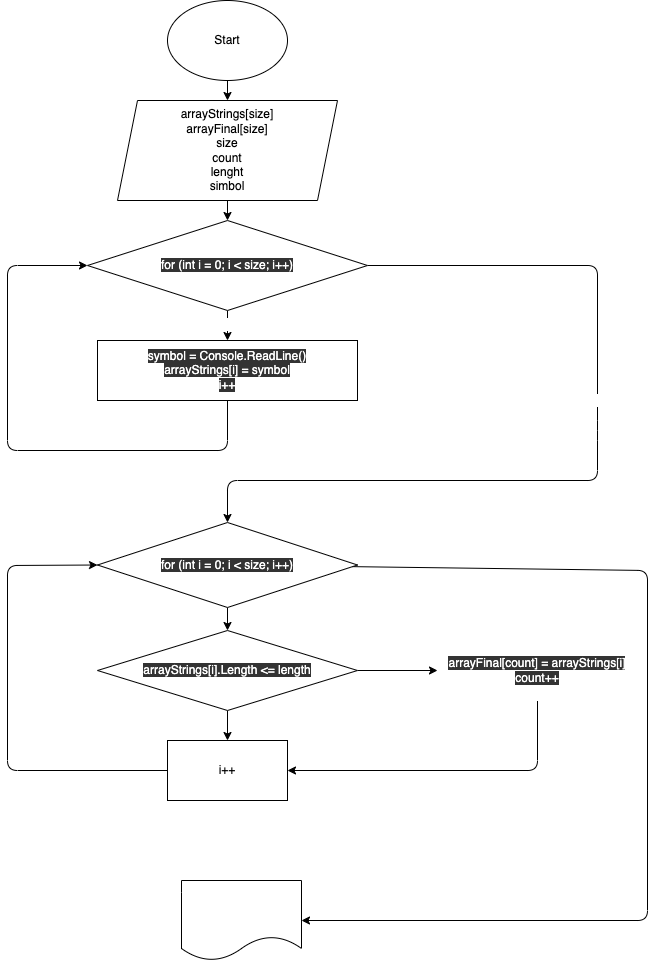
CristinaZarinsh/FinalWork keeps this draw.io diagram as diagram.drawio.png. Above is the earlier version. Source tidied: cells renumbered, new cells last; positions are measured from the earlier drawing's top-left corner, leaving out a move shared by most shapes. Source of this version:
```xml
<mxGraphModel>
  <root>
    <mxCell id="0" />
    <mxCell id="1" parent="0" />
    <mxCell id="2" style="edgeStyle=none;html=1;rounded=0;" parent="1" edge="1" source="3" target="5">
      <mxGeometry relative="1" as="geometry" />
    </mxCell>
    <mxCell id="3" value="Start" style="ellipse;whiteSpace=wrap;html=1;rounded=0;" parent="1" vertex="1">
      <mxGeometry x="160" width="120" height="80" as="geometry" />
    </mxCell>
    <mxCell id="4" style="edgeStyle=none;html=1;rounded=0;" parent="1" edge="1" source="5" target="10">
      <mxGeometry relative="1" as="geometry" />
    </mxCell>
    <mxCell id="5" value="arrayStrings[size]&lt;br&gt;arrayFinal[size]&lt;br&gt;size&lt;br&gt;count&lt;br&gt;lenght&lt;br&gt;simbol" style="shape=parallelogram;perimeter=parallelogramPerimeter;whiteSpace=wrap;html=1;fixedSize=1;rounded=0;" parent="1" vertex="1">
      <mxGeometry x="110" y="100" width="220" height="100" as="geometry" />
    </mxCell>
    <mxCell id="6" style="edgeStyle=none;html=1;fontColor=#FFFFFF;" parent="1" edge="1" source="10" target="12">
      <mxGeometry relative="1" as="geometry" />
    </mxCell>
    <mxCell id="7" value="YES" style="edgeLabel;html=1;align=center;verticalAlign=middle;fontColor=#FFFFFF;" parent="6" vertex="1">
      <mxGeometry x="-0.13" y="1" relative="1" as="geometry" />
    </mxCell>
    <mxCell id="8" style="edgeStyle=none;html=1;fontColor=#FFFFFF;entryX=0.5;entryY=0;entryDx=0;entryDy=0;" parent="1" edge="1" source="10" target="15">
      <mxGeometry relative="1" as="geometry">
        <Array as="points">
          <mxPoint x="590" y="265" />
          <mxPoint x="590" y="430" />
          <mxPoint x="590" y="480" />
          <mxPoint x="220" y="480" />
        </Array>
      </mxGeometry>
    </mxCell>
    <mxCell id="9" value="NO" style="edgeLabel;html=1;align=center;verticalAlign=middle;fontColor=#FFFFFF;" parent="8" vertex="1">
      <mxGeometry x="-0.15" y="-1" relative="1" as="geometry" />
    </mxCell>
    <mxCell id="10" value="&lt;font color=&quot;#ffffff&quot; style=&quot;background-color: rgb(51 , 51 , 51)&quot;&gt;&lt;span class=&quot;pl-k&quot; style=&quot;box-sizing: border-box&quot;&gt;for&lt;/span&gt; (&lt;span class=&quot;pl-k&quot; style=&quot;box-sizing: border-box&quot;&gt;int&lt;/span&gt; &lt;span class=&quot;pl-en&quot; style=&quot;box-sizing: border-box&quot;&gt;i&lt;/span&gt; &lt;span class=&quot;pl-k&quot; style=&quot;box-sizing: border-box&quot;&gt;=&lt;/span&gt; &lt;span class=&quot;pl-c1&quot; style=&quot;box-sizing: border-box&quot;&gt;0&lt;/span&gt;; &lt;span class=&quot;pl-smi&quot; style=&quot;box-sizing: border-box&quot;&gt;i&lt;/span&gt; &lt;span class=&quot;pl-k&quot; style=&quot;box-sizing: border-box&quot;&gt;&amp;lt;&lt;/span&gt; &lt;span class=&quot;pl-smi&quot; style=&quot;box-sizing: border-box&quot;&gt;size&lt;/span&gt;; &lt;span class=&quot;pl-smi&quot; style=&quot;box-sizing: border-box&quot;&gt;i&lt;/span&gt;&lt;span class=&quot;pl-k&quot; style=&quot;box-sizing: border-box&quot;&gt;++&lt;/span&gt;)&lt;/font&gt;" style="rhombus;whiteSpace=wrap;html=1;rounded=0;" parent="1" vertex="1">
      <mxGeometry x="80" y="220" width="280" height="90" as="geometry" />
    </mxCell>
    <mxCell id="11" style="edgeStyle=none;html=1;entryX=0;entryY=0.5;entryDx=0;entryDy=0;fontColor=#FFFFFF;" parent="1" edge="1" source="12" target="10">
      <mxGeometry relative="1" as="geometry">
        <Array as="points">
          <mxPoint x="220" y="450" />
          <mxPoint y="450" />
          <mxPoint y="265" />
        </Array>
      </mxGeometry>
    </mxCell>
    <mxCell id="12" value="&lt;font color=&quot;#ffffff&quot;&gt;&lt;span style=&quot;background-color: rgb(51 , 51 , 51)&quot;&gt;&lt;span class=&quot;pl-en&quot; style=&quot;box-sizing: border-box&quot;&gt;symbol&lt;/span&gt; &lt;span class=&quot;pl-k&quot; style=&quot;box-sizing: border-box&quot;&gt;=&lt;/span&gt; &lt;span class=&quot;pl-smi&quot; style=&quot;box-sizing: border-box&quot;&gt;Console&lt;/span&gt;.&lt;span class=&quot;pl-en&quot; style=&quot;box-sizing: border-box&quot;&gt;ReadLine&lt;/span&gt;()&lt;br&gt;&lt;span class=&quot;pl-smi&quot; style=&quot;box-sizing: border-box&quot;&gt;arrayStrings&lt;/span&gt;[&lt;span class=&quot;pl-smi&quot; style=&quot;box-sizing: border-box&quot;&gt;i&lt;/span&gt;] &lt;span class=&quot;pl-k&quot; style=&quot;box-sizing: border-box&quot;&gt;=&lt;/span&gt; &lt;span class=&quot;pl-smi&quot; style=&quot;box-sizing: border-box&quot;&gt;symbol&lt;br&gt;&lt;/span&gt;&lt;/span&gt;&lt;span style=&quot;background-color: rgb(51 , 51 , 51)&quot;&gt;i++&lt;/span&gt;&lt;/font&gt;" style="whiteSpace=wrap;html=1;rounded=0;" parent="1" vertex="1">
      <mxGeometry x="90" y="340" width="260" height="60" as="geometry" />
    </mxCell>
    <mxCell id="13" style="edgeStyle=none;html=1;fontColor=#FFFFFF;" parent="1" edge="1" source="15" target="18">
      <mxGeometry relative="1" as="geometry" />
    </mxCell>
    <mxCell id="14" style="edgeStyle=none;html=1;fontColor=#FFFFFF;" parent="1" edge="1" source="15" target="23">
      <mxGeometry relative="1" as="geometry">
        <Array as="points">
          <mxPoint x="640" y="570" />
          <mxPoint x="640" y="920" />
        </Array>
      </mxGeometry>
    </mxCell>
    <mxCell id="15" value="&lt;font color=&quot;#ffffff&quot; style=&quot;background-color: rgb(51 , 51 , 51)&quot;&gt;&lt;span class=&quot;pl-k&quot; style=&quot;box-sizing: border-box&quot;&gt;for&lt;/span&gt; (&lt;span class=&quot;pl-k&quot; style=&quot;box-sizing: border-box&quot;&gt;int&lt;/span&gt; &lt;span class=&quot;pl-en&quot; style=&quot;box-sizing: border-box&quot;&gt;i&lt;/span&gt; &lt;span class=&quot;pl-k&quot; style=&quot;box-sizing: border-box&quot;&gt;=&lt;/span&gt; &lt;span class=&quot;pl-c1&quot; style=&quot;box-sizing: border-box&quot;&gt;0&lt;/span&gt;; &lt;span class=&quot;pl-smi&quot; style=&quot;box-sizing: border-box&quot;&gt;i&lt;/span&gt; &lt;span class=&quot;pl-k&quot; style=&quot;box-sizing: border-box&quot;&gt;&amp;lt;&lt;/span&gt; &lt;span class=&quot;pl-smi&quot; style=&quot;box-sizing: border-box&quot;&gt;size&lt;/span&gt;; &lt;span class=&quot;pl-smi&quot; style=&quot;box-sizing: border-box&quot;&gt;i&lt;/span&gt;&lt;span class=&quot;pl-k&quot; style=&quot;box-sizing: border-box&quot;&gt;++&lt;/span&gt;)&lt;/font&gt;" style="rhombus;whiteSpace=wrap;html=1;rounded=0;" parent="1" vertex="1">
      <mxGeometry x="90" y="522" width="260" height="85" as="geometry" />
    </mxCell>
    <mxCell id="16" style="edgeStyle=none;html=1;fontColor=#FFFFFF;" parent="1" edge="1" source="18" target="20">
      <mxGeometry relative="1" as="geometry" />
    </mxCell>
    <mxCell id="17" style="edgeStyle=none;html=1;fontColor=#FFFFFF;" parent="1" edge="1" source="18" target="22">
      <mxGeometry relative="1" as="geometry" />
    </mxCell>
    <mxCell id="18" value="&lt;font color=&quot;#ffffff&quot; style=&quot;background-color: rgb(51 , 51 , 51)&quot;&gt;&lt;span class=&quot;pl-smi&quot; style=&quot;box-sizing: border-box&quot;&gt;arrayStrings&lt;/span&gt;[&lt;span class=&quot;pl-smi&quot; style=&quot;box-sizing: border-box&quot;&gt;i&lt;/span&gt;].&lt;span class=&quot;pl-smi&quot; style=&quot;box-sizing: border-box&quot;&gt;Length&lt;/span&gt; &lt;span class=&quot;pl-k&quot; style=&quot;box-sizing: border-box&quot;&gt;&amp;lt;=&lt;/span&gt; &lt;span class=&quot;pl-smi&quot; style=&quot;box-sizing: border-box&quot;&gt;length&lt;/span&gt;&lt;/font&gt;" style="rhombus;whiteSpace=wrap;html=1;rounded=0;" parent="1" vertex="1">
      <mxGeometry x="90" y="630" width="260" height="80" as="geometry" />
    </mxCell>
    <mxCell id="19" style="edgeStyle=none;html=1;entryX=0;entryY=0.5;entryDx=0;entryDy=0;fontColor=#FFFFFF;" parent="1" edge="1" source="20" target="15">
      <mxGeometry relative="1" as="geometry">
        <Array as="points">
          <mxPoint y="770" />
          <mxPoint y="565" />
        </Array>
      </mxGeometry>
    </mxCell>
    <mxCell id="20" value="i++" style="whiteSpace=wrap;html=1;rounded=0;" parent="1" vertex="1">
      <mxGeometry x="160" y="740" width="120" height="60" as="geometry" />
    </mxCell>
    <mxCell id="21" style="edgeStyle=none;html=1;entryX=1;entryY=0.5;entryDx=0;entryDy=0;fontColor=#FFFFFF;" parent="1" edge="1" source="22" target="20">
      <mxGeometry relative="1" as="geometry">
        <Array as="points">
          <mxPoint x="530" y="770" />
        </Array>
      </mxGeometry>
    </mxCell>
    <mxCell id="22" value="&lt;font color=&quot;#ffffff&quot; style=&quot;background-color: rgb(51 , 51 , 51)&quot;&gt;&lt;span class=&quot;pl-smi&quot; style=&quot;box-sizing: border-box&quot;&gt;arrayFinal&lt;/span&gt;[&lt;span class=&quot;pl-smi&quot; style=&quot;box-sizing: border-box&quot;&gt;count&lt;/span&gt;] &lt;span class=&quot;pl-k&quot; style=&quot;box-sizing: border-box&quot;&gt;=&lt;/span&gt; &lt;span class=&quot;pl-smi&quot; style=&quot;box-sizing: border-box&quot;&gt;arrayStrings&lt;/span&gt;[&lt;span class=&quot;pl-smi&quot; style=&quot;box-sizing: border-box&quot;&gt;i&lt;/span&gt;]&lt;br&gt;&lt;span class=&quot;pl-smi&quot; style=&quot;box-sizing: border-box&quot;&gt;count&lt;/span&gt;&lt;span class=&quot;pl-k&quot; style=&quot;box-sizing: border-box&quot;&gt;++&lt;/span&gt;&lt;/font&gt;&lt;span style=&quot;color: rgb(201 , 209 , 217) ; font-family: , , &amp;#34;sf mono&amp;#34; , &amp;#34;menlo&amp;#34; , &amp;#34;consolas&amp;#34; , &amp;#34;liberation mono&amp;#34; , monospace ; background-color: rgb(13 , 17 , 23)&quot;&gt;&lt;br&gt;&lt;/span&gt;" style="whiteSpace=wrap;html=1;rounded=0;strokeColor=#FFFFFF;" parent="1" vertex="1">
      <mxGeometry x="430" y="640" width="200" height="60" as="geometry" />
    </mxCell>
    <mxCell id="23" style="shape=document;whiteSpace=wrap;html=1;boundedLbl=1;rounded=0;" parent="1" vertex="1">
      <mxGeometry x="174" y="880" width="120" height="80" as="geometry" />
    </mxCell>
  </root>
</mxGraphModel>
```
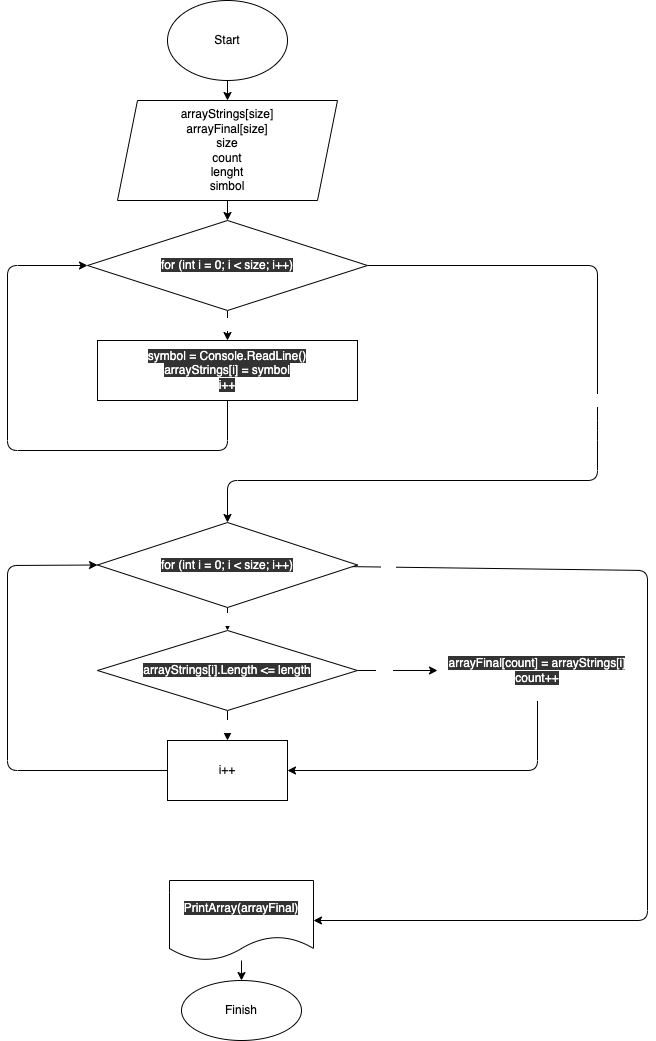
After the commit.

Commit message:
Создаём метод PrintArray для вывода значений массива

What changed in the source:
```diff
@@ -17,7 +17,7 @@
     <mxCell id="6" style="edgeStyle=none;html=1;fontColor=#FFFFFF;" parent="1" edge="1" source="10" target="12">
       <mxGeometry relative="1" as="geometry" />
     </mxCell>
-    <mxCell id="7" value="YES" style="edgeLabel;html=1;align=center;verticalAlign=middle;fontColor=#FFFFFF;" parent="6" vertex="1">
+    <mxCell id="7" value="Yes" style="edgeLabel;html=1;align=center;verticalAlign=middle;fontColor=#FFFFFF;" parent="6" vertex="1">
       <mxGeometry x="-0.13" y="1" relative="1" as="geometry" />
     </mxCell>
     <mxCell id="8" style="edgeStyle=none;html=1;fontColor=#FFFFFF;entryX=0.5;entryY=0;entryDx=0;entryDy=0;" parent="1" edge="1" source="10" target="15">
@@ -30,7 +30,7 @@
         </Array>
       </mxGeometry>
     </mxCell>
-    <mxCell id="9" value="NO" style="edgeLabel;html=1;align=center;verticalAlign=middle;fontColor=#FFFFFF;" parent="8" vertex="1">
+    <mxCell id="9" value="No" style="edgeLabel;html=1;align=center;verticalAlign=middle;fontColor=#FFFFFF;" parent="8" vertex="1">
       <mxGeometry x="-0.15" y="-1" relative="1" as="geometry" />
     </mxCell>
     <mxCell id="10" value="&lt;font color=&quot;#ffffff&quot; style=&quot;background-color: rgb(51 , 51 , 51)&quot;&gt;&lt;span class=&quot;pl-k&quot; style=&quot;box-sizing: border-box&quot;&gt;for&lt;/span&gt; (&lt;span class=&quot;pl-k&quot; style=&quot;box-sizing: border-box&quot;&gt;int&lt;/span&gt; &lt;span class=&quot;pl-en&quot; style=&quot;box-sizing: border-box&quot;&gt;i&lt;/span&gt; &lt;span class=&quot;pl-k&quot; style=&quot;box-sizing: border-box&quot;&gt;=&lt;/span&gt; &lt;span class=&quot;pl-c1&quot; style=&quot;box-sizing: border-box&quot;&gt;0&lt;/span&gt;; &lt;span class=&quot;pl-smi&quot; style=&quot;box-sizing: border-box&quot;&gt;i&lt;/span&gt; &lt;span class=&quot;pl-k&quot; style=&quot;box-sizing: border-box&quot;&gt;&amp;lt;&lt;/span&gt; &lt;span class=&quot;pl-smi&quot; style=&quot;box-sizing: border-box&quot;&gt;size&lt;/span&gt;; &lt;span class=&quot;pl-smi&quot; style=&quot;box-sizing: border-box&quot;&gt;i&lt;/span&gt;&lt;span class=&quot;pl-k&quot; style=&quot;box-sizing: border-box&quot;&gt;++&lt;/span&gt;)&lt;/font&gt;" style="rhombus;whiteSpace=wrap;html=1;rounded=0;" parent="1" vertex="1">
@@ -51,6 +51,9 @@
     <mxCell id="13" style="edgeStyle=none;html=1;fontColor=#FFFFFF;" parent="1" edge="1" source="15" target="18">
       <mxGeometry relative="1" as="geometry" />
     </mxCell>
+    <mxCell id="24" value="Yes" style="edgeLabel;html=1;align=center;verticalAlign=middle;fontColor=#FFFFFF;" parent="13" vertex="1">
+      <mxGeometry x="-0.04" y="-1" relative="1" as="geometry" />
+    </mxCell>
     <mxCell id="14" style="edgeStyle=none;html=1;fontColor=#FFFFFF;" parent="1" edge="1" source="15" target="23">
       <mxGeometry relative="1" as="geometry">
         <Array as="points">
@@ -59,15 +62,24 @@
         </Array>
       </mxGeometry>
     </mxCell>
+    <mxCell id="25" value="No" style="edgeLabel;html=1;align=center;verticalAlign=middle;fontColor=#FFFFFF;" parent="14" vertex="1">
+      <mxGeometry x="-0.93" y="-1" relative="1" as="geometry" />
+    </mxCell>
     <mxCell id="15" value="&lt;font color=&quot;#ffffff&quot; style=&quot;background-color: rgb(51 , 51 , 51)&quot;&gt;&lt;span class=&quot;pl-k&quot; style=&quot;box-sizing: border-box&quot;&gt;for&lt;/span&gt; (&lt;span class=&quot;pl-k&quot; style=&quot;box-sizing: border-box&quot;&gt;int&lt;/span&gt; &lt;span class=&quot;pl-en&quot; style=&quot;box-sizing: border-box&quot;&gt;i&lt;/span&gt; &lt;span class=&quot;pl-k&quot; style=&quot;box-sizing: border-box&quot;&gt;=&lt;/span&gt; &lt;span class=&quot;pl-c1&quot; style=&quot;box-sizing: border-box&quot;&gt;0&lt;/span&gt;; &lt;span class=&quot;pl-smi&quot; style=&quot;box-sizing: border-box&quot;&gt;i&lt;/span&gt; &lt;span class=&quot;pl-k&quot; style=&quot;box-sizing: border-box&quot;&gt;&amp;lt;&lt;/span&gt; &lt;span class=&quot;pl-smi&quot; style=&quot;box-sizing: border-box&quot;&gt;size&lt;/span&gt;; &lt;span class=&quot;pl-smi&quot; style=&quot;box-sizing: border-box&quot;&gt;i&lt;/span&gt;&lt;span class=&quot;pl-k&quot; style=&quot;box-sizing: border-box&quot;&gt;++&lt;/span&gt;)&lt;/font&gt;" style="rhombus;whiteSpace=wrap;html=1;rounded=0;" parent="1" vertex="1">
       <mxGeometry x="90" y="522" width="260" height="85" as="geometry" />
     </mxCell>
     <mxCell id="16" style="edgeStyle=none;html=1;fontColor=#FFFFFF;" parent="1" edge="1" source="18" target="20">
       <mxGeometry relative="1" as="geometry" />
     </mxCell>
+    <mxCell id="26" value="No" style="edgeLabel;html=1;align=center;verticalAlign=middle;fontColor=#FFFFFF;" parent="16" vertex="1">
+      <mxGeometry y="-1" relative="1" as="geometry" />
+    </mxCell>
     <mxCell id="17" style="edgeStyle=none;html=1;fontColor=#FFFFFF;" parent="1" edge="1" source="18" target="22">
       <mxGeometry relative="1" as="geometry" />
     </mxCell>
+    <mxCell id="27" value="Yes" style="edgeLabel;html=1;align=center;verticalAlign=middle;fontColor=#FFFFFF;" parent="17" vertex="1">
+      <mxGeometry x="-0.35" y="-1" relative="1" as="geometry" />
+    </mxCell>
     <mxCell id="18" value="&lt;font color=&quot;#ffffff&quot; style=&quot;background-color: rgb(51 , 51 , 51)&quot;&gt;&lt;span class=&quot;pl-smi&quot; style=&quot;box-sizing: border-box&quot;&gt;arrayStrings&lt;/span&gt;[&lt;span class=&quot;pl-smi&quot; style=&quot;box-sizing: border-box&quot;&gt;i&lt;/span&gt;].&lt;span class=&quot;pl-smi&quot; style=&quot;box-sizing: border-box&quot;&gt;Length&lt;/span&gt; &lt;span class=&quot;pl-k&quot; style=&quot;box-sizing: border-box&quot;&gt;&amp;lt;=&lt;/span&gt; &lt;span class=&quot;pl-smi&quot; style=&quot;box-sizing: border-box&quot;&gt;length&lt;/span&gt;&lt;/font&gt;" style="rhombus;whiteSpace=wrap;html=1;rounded=0;" parent="1" vertex="1">
       <mxGeometry x="90" y="630" width="260" height="80" as="geometry" />
     </mxCell>
@@ -92,8 +104,14 @@
     <mxCell id="22" value="&lt;font color=&quot;#ffffff&quot; style=&quot;background-color: rgb(51 , 51 , 51)&quot;&gt;&lt;span class=&quot;pl-smi&quot; style=&quot;box-sizing: border-box&quot;&gt;arrayFinal&lt;/span&gt;[&lt;span class=&quot;pl-smi&quot; style=&quot;box-sizing: border-box&quot;&gt;count&lt;/span&gt;] &lt;span class=&quot;pl-k&quot; style=&quot;box-sizing: border-box&quot;&gt;=&lt;/span&gt; &lt;span class=&quot;pl-smi&quot; style=&quot;box-sizing: border-box&quot;&gt;arrayStrings&lt;/span&gt;[&lt;span class=&quot;pl-smi&quot; style=&quot;box-sizing: border-box&quot;&gt;i&lt;/span&gt;]&lt;br&gt;&lt;span class=&quot;pl-smi&quot; style=&quot;box-sizing: border-box&quot;&gt;count&lt;/span&gt;&lt;span class=&quot;pl-k&quot; style=&quot;box-sizing: border-box&quot;&gt;++&lt;/span&gt;&lt;/font&gt;&lt;span style=&quot;color: rgb(201 , 209 , 217) ; font-family: , , &amp;#34;sf mono&amp;#34; , &amp;#34;menlo&amp;#34; , &amp;#34;consolas&amp;#34; , &amp;#34;liberation mono&amp;#34; , monospace ; background-color: rgb(13 , 17 , 23)&quot;&gt;&lt;br&gt;&lt;/span&gt;" style="whiteSpace=wrap;html=1;rounded=0;strokeColor=#FFFFFF;" parent="1" vertex="1">
       <mxGeometry x="430" y="640" width="200" height="60" as="geometry" />
     </mxCell>
+    <mxCell id="28" style="edgeStyle=none;html=1;fontColor=#FFFFFF;" parent="1" edge="1" source="23" target="29">
+      <mxGeometry relative="1" as="geometry" />
+    </mxCell>
-    <mxCell id="23" style="shape=document;whiteSpace=wrap;html=1;boundedLbl=1;rounded=0;" parent="1" vertex="1">
-      <mxGeometry x="174" y="880" width="120" height="80" as="geometry" />
+    <mxCell id="23" value="&lt;font color=&quot;#ffffff&quot; style=&quot;background-color: rgb(51 , 51 , 51)&quot;&gt;&lt;span class=&quot;pl-en&quot; style=&quot;box-sizing: border-box&quot;&gt;PrintArray&lt;/span&gt;(&lt;span class=&quot;pl-smi&quot; style=&quot;box-sizing: border-box&quot;&gt;arrayFinal&lt;/span&gt;)&lt;/font&gt;" style="shape=document;whiteSpace=wrap;html=1;boundedLbl=1;rounded=0;" parent="1" vertex="1">
+      <mxGeometry x="162" y="880" width="144" height="80" as="geometry" />
     </mxCell>
+    <mxCell id="29" value="Finish" style="ellipse;whiteSpace=wrap;html=1;rounded=0;" parent="1" vertex="1">
+      <mxGeometry x="174" y="980" width="120" height="60" as="geometry" />
+    </mxCell>
   </root>
 </mxGraphModel>
```
